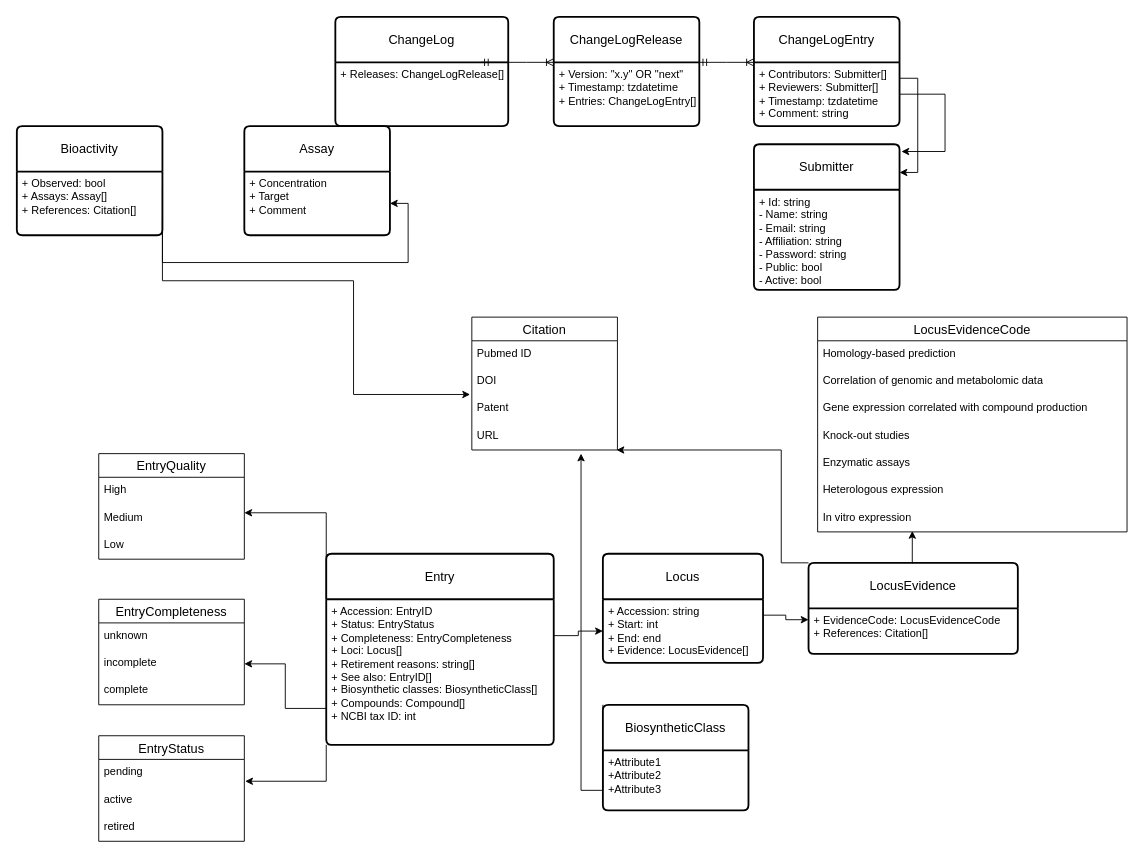
Before: mibig.drawio in mibig-secmet/schema, a draw.io diagram. Source tidied: cells renumbered, new cells numbered last; positions are measured from the earlier drawing's top-left corner, leaving out a move shared by most shapes. Both pictures are drawn from the tidied source at 91%, with x=0, y=0 at pixel (16, 16).
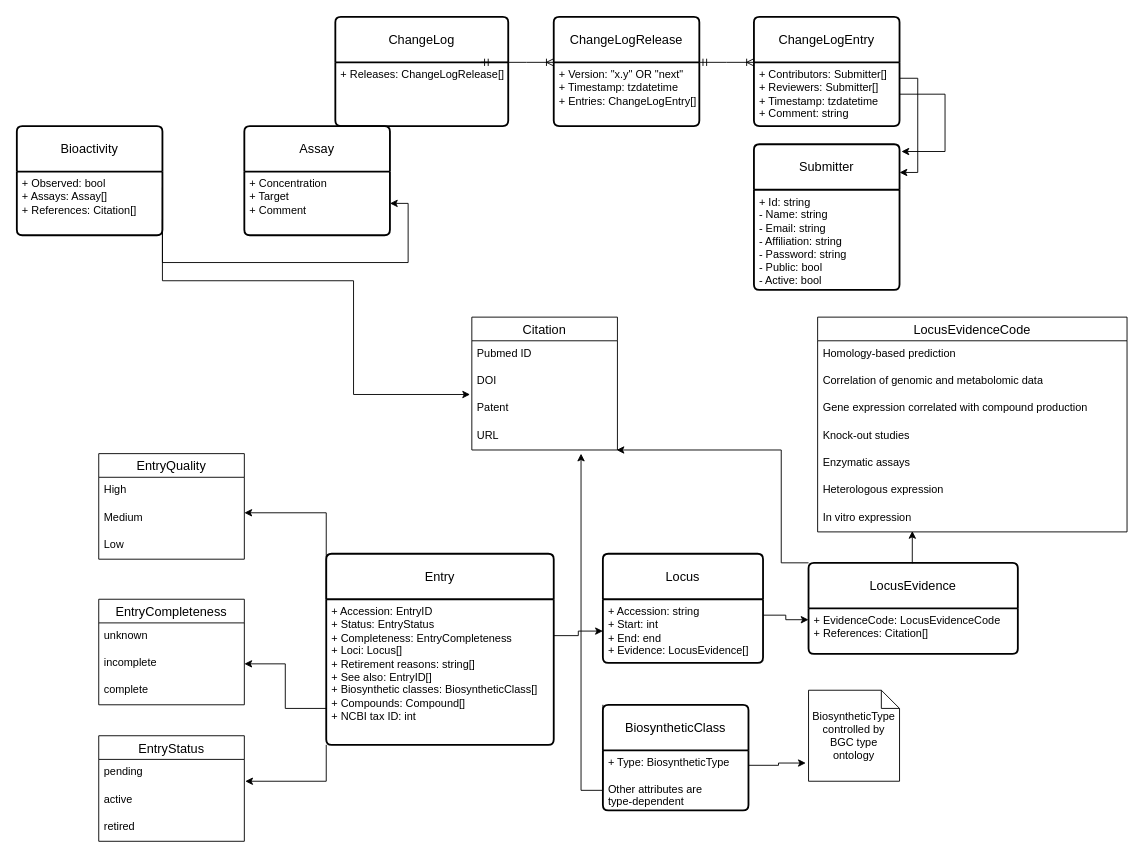
The same diagram, later.

The change refers to these unchanged cells:
```xml
<mxCell id="59" value="BiosyntheticClass" style="swimlane;horizontal=1;startSize=50;rounded=1;fontSize=14;fontStyle=0;strokeWidth=2;shadow=0;dashed=0;align=center;arcSize=4;whiteSpace=wrap;html=1;" parent="1" vertex="1">
  <mxGeometry x="644" y="756" width="160" height="116" as="geometry" />
</mxCell>
```

Change to the diagram source:
```diff
@@
-    <mxCell id="60" value="+Attribute1&#10;+Attribute2&#10;+Attribute3" style="align=left;strokeColor=none;fillColor=none;spacingLeft=4;fontSize=12;verticalAlign=top;html=1;" parent="59" vertex="1">
+    <mxCell id="60" value="+ Type: BiosyntheticType&lt;br&gt;&lt;br&gt;Other attributes are&lt;br&gt;type-dependent&lt;br&gt;" style="align=left;strokeColor=none;fillColor=none;spacingLeft=4;fontSize=12;verticalAlign=top;html=1;" parent="59" vertex="1">
       <mxGeometry y="50" width="160" height="66" as="geometry" />
     </mxCell>
+    <mxCell id="61" value="BiosyntheticType&lt;br&gt;controlled by&lt;br&gt;BGC type ontology" style="shape=note;size=20;whiteSpace=wrap;html=1;" parent="1" vertex="1">
+      <mxGeometry x="870" y="740" width="100" height="100" as="geometry" />
+    </mxCell>
+    <mxCell id="62" style="edgeStyle=orthogonalEdgeStyle;rounded=0;jettySize=auto;html=1;exitX=1;exitY=0.25;exitDx=0;exitDy=0;entryX=-0.03;entryY=0.8;entryDx=0;entryDy=0;entryPerimeter=0;" parent="1" edge="1" source="60" target="61">
+      <mxGeometry relative="1" as="geometry" />
+    </mxCell>
```
